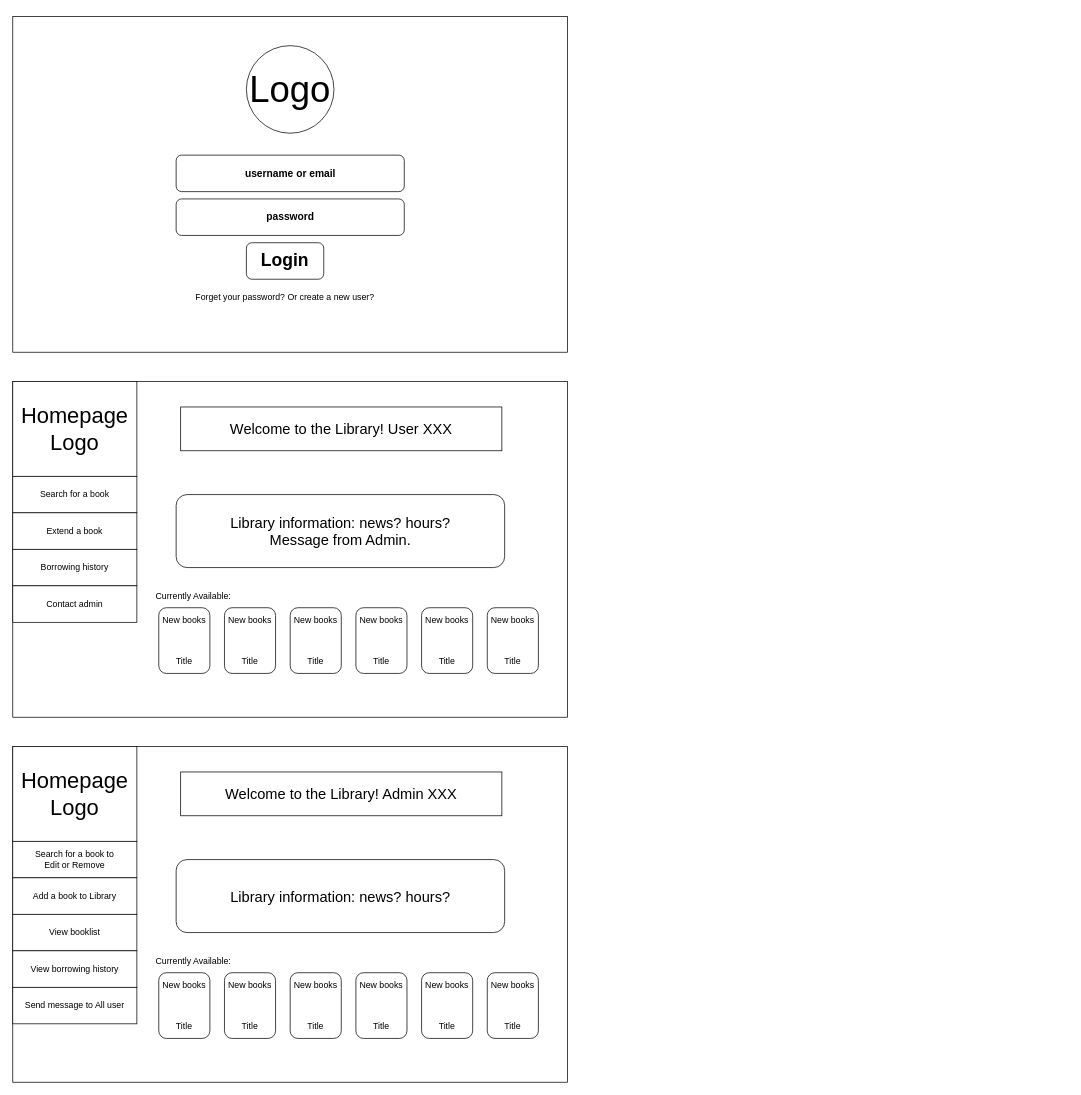
Before: page "Login" (1 of 4) of login and homepage.drawio in cklukas16/library-project, a draw.io diagram. Source tidied: cells renumbered, new cells numbered last; positions are measured from the earlier drawing's top-left corner, leaving out a move shared by most shapes. Both pictures are drawn from the tidied source at 73%, with x=0, y=0 at pixel (12, 16).
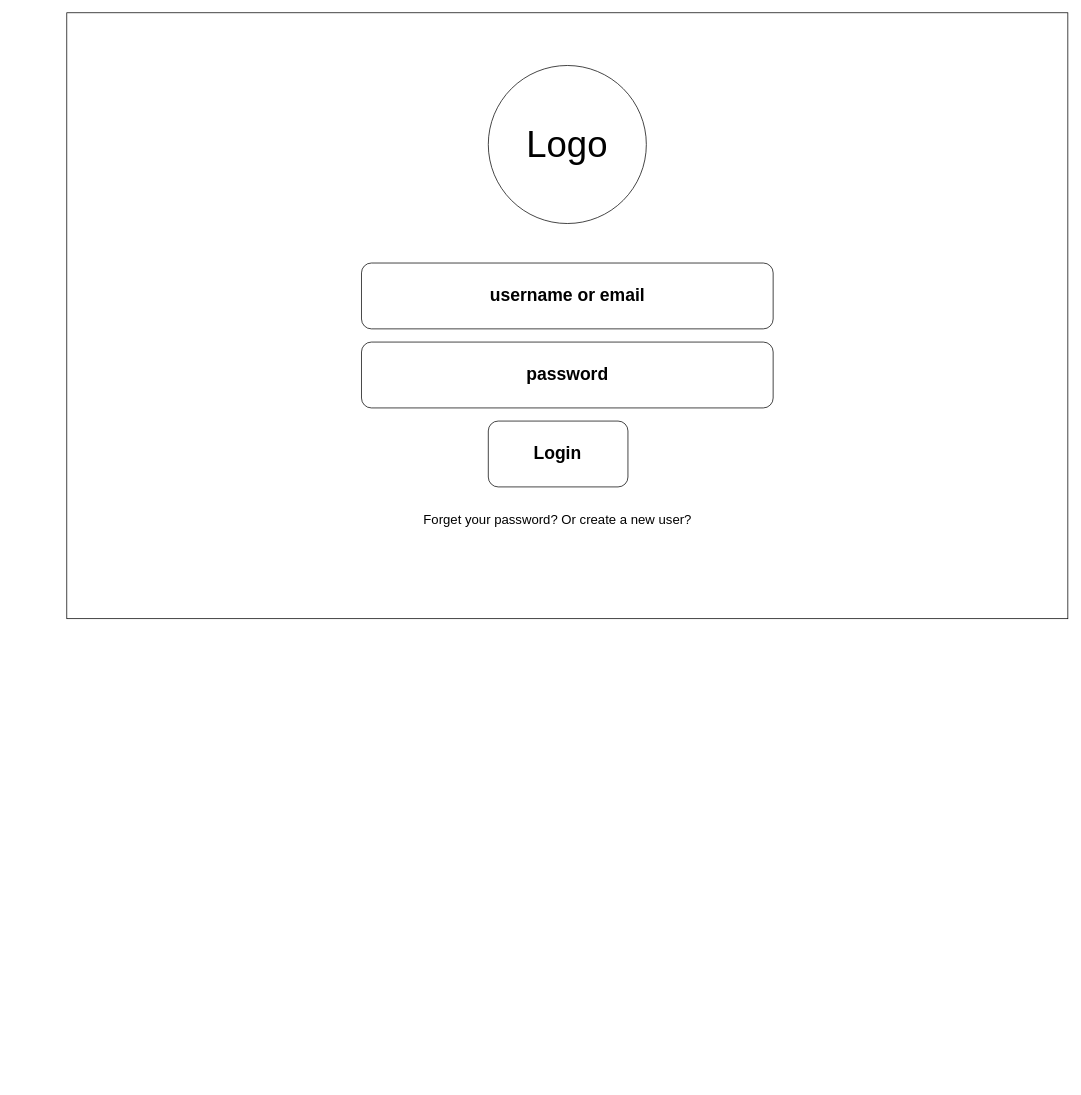
The same page after the edit.

The edit, as a diff of the source:
```diff
@@
+    <mxCell id="39" style="group;" parent="1" vertex="1">
+      <mxGeometry x="74" y="-5" width="1371.3" height="830" as="geometry" />
+    </mxCell>
-    <mxCell id="2" style="rounded=0;whiteSpace=wrap;html=1;fillColor=default;fillStyle=auto;" parent="1" vertex="1">
-      <mxGeometry width="760" height="460" as="geometry" />
+    <mxCell id="2" style="rounded=0;whiteSpace=wrap;html=1;fillColor=default;fillStyle=auto;" parent="39" vertex="1">
+      <mxGeometry width="1371.3" height="830" as="geometry" />
     </mxCell>
-    <mxCell id="3" value="&lt;h3&gt;username or email&lt;/h3&gt;" style="rounded=1;whiteSpace=wrap;html=1;" parent="1" vertex="1">
-      <mxGeometry x="223.8" y="190" width="312.5" height="50" as="geometry" />
+    <mxCell id="3" value="&lt;h3&gt;&lt;font style=&quot;font-size: 24px;&quot;&gt;username or email&lt;/font&gt;&lt;/h3&gt;" style="rounded=1;whiteSpace=wrap;html=1;" parent="39" vertex="1">
+      <mxGeometry x="403.7" y="342.8" width="563.9" height="90.2" as="geometry" />
     </mxCell>
-    <mxCell id="4" value="&lt;h3&gt;password&lt;/h3&gt;" style="rounded=1;whiteSpace=wrap;html=1;" parent="1" vertex="1">
-      <mxGeometry x="223.8" y="250" width="312.5" height="50" as="geometry" />
+    <mxCell id="4" value="&lt;h3&gt;&lt;font style=&quot;font-size: 24px;&quot;&gt;password&lt;/font&gt;&lt;/h3&gt;" style="rounded=1;whiteSpace=wrap;html=1;" parent="39" vertex="1">
+      <mxGeometry x="403.7" y="451.1" width="563.9" height="90.2" as="geometry" />
     </mxCell>
-    <mxCell id="5" value="&lt;h1&gt;Login&lt;/h1&gt;" style="rounded=1;whiteSpace=wrap;html=1;" parent="1" vertex="1">
-      <mxGeometry x="320" y="310" width="106" height="50" as="geometry" />
+    <mxCell id="5" value="&lt;h1&gt;Login&lt;/h1&gt;" style="rounded=1;whiteSpace=wrap;html=1;" parent="39" vertex="1">
+      <mxGeometry x="577.4" y="559.3" width="191.3" height="90.2" as="geometry" />
     </mxCell>
-    <mxCell id="6" value="&lt;font style=&quot;font-size: 50px;&quot;&gt;Logo&lt;/font&gt;" style="ellipse;whiteSpace=wrap;html=1;" parent="1" vertex="1">
-      <mxGeometry x="320" y="40" width="120" height="120" as="geometry" />
+    <mxCell id="6" value="&lt;font style=&quot;font-size: 50px;&quot;&gt;Logo&lt;/font&gt;" style="ellipse;whiteSpace=wrap;html=1;" parent="39" vertex="1">
+      <mxGeometry x="577.4" y="72.2" width="216.5" height="216.5" as="geometry" />
     </mxCell>
-    <mxCell id="7" style="rounded=0;whiteSpace=wrap;html=1;fillColor=default;fillStyle=auto;" parent="1" vertex="1">
-      <mxGeometry y="500" width="760" height="460" as="geometry" />
-    </mxCell>
-    <mxCell id="8" value="Forget your password? Or create a new user?" style="text;html=1;strokeColor=none;fillColor=none;align=center;verticalAlign=middle;whiteSpace=wrap;rounded=0;" parent="1" vertex="1">
-      <mxGeometry x="243" y="370" width="260" height="30" as="geometry" />
+    <mxCell id="8" value="&lt;font style=&quot;font-size: 18px;&quot;&gt;Forget your password? Or create a new user?&lt;/font&gt;" style="text;html=1;strokeColor=none;fillColor=none;align=center;verticalAlign=middle;whiteSpace=wrap;rounded=0;" parent="39" vertex="1">
+      <mxGeometry x="438.5" y="667.6" width="469.1" height="54.1" as="geometry" />
     </mxCell>
-    <mxCell id="9" value="&lt;font style=&quot;font-size: 30px;&quot;&gt;Homepage&lt;br&gt;Logo&lt;br&gt;&lt;/font&gt;" style="rounded=0;whiteSpace=wrap;html=1;" parent="1" vertex="1">
-      <mxGeometry y="500" width="170" height="130" as="geometry" />
-    </mxCell>
-    <mxCell id="10" value="&lt;font style=&quot;font-size: 20px;&quot;&gt;Welcome to the Library! User XXX&lt;/font&gt;" style="rounded=0;whiteSpace=wrap;html=1;" parent="1" vertex="1">
-      <mxGeometry x="230" y="535" width="440" height="60" as="geometry" />
-    </mxCell>
-    <mxCell id="11" value="New books&lt;br&gt;&lt;br&gt;&lt;br&gt;&lt;br&gt;Title" style="rounded=1;whiteSpace=wrap;html=1;" parent="1" vertex="1">
-      <mxGeometry x="200" y="810" width="70" height="90" as="geometry" />
-    </mxCell>
-    <mxCell id="12" value="New books&lt;br&gt;&lt;br&gt;&lt;br&gt;&lt;br&gt;Title" style="rounded=1;whiteSpace=wrap;html=1;" parent="1" vertex="1">
-      <mxGeometry x="290" y="810" width="70" height="90" as="geometry" />
-    </mxCell>
-    <mxCell id="13" value="New books&lt;br&gt;&lt;br&gt;&lt;br&gt;&lt;br&gt;Title" style="rounded=1;whiteSpace=wrap;html=1;" parent="1" vertex="1">
-      <mxGeometry x="380" y="810" width="70" height="90" as="geometry" />
-    </mxCell>
-    <mxCell id="14" value="New books&lt;br&gt;&lt;br&gt;&lt;br&gt;&lt;br&gt;Title" style="rounded=1;whiteSpace=wrap;html=1;" parent="1" vertex="1">
-      <mxGeometry x="470" y="810" width="70" height="90" as="geometry" />
-    </mxCell>
-    <mxCell id="15" value="New books&lt;br&gt;&lt;br&gt;&lt;br&gt;&lt;br&gt;Title" style="rounded=1;whiteSpace=wrap;html=1;" parent="1" vertex="1">
-      <mxGeometry x="560" y="810" width="70" height="90" as="geometry" />
-    </mxCell>
-    <mxCell id="16" value="New books&lt;br&gt;&lt;br&gt;&lt;br&gt;&lt;br&gt;Title" style="rounded=1;whiteSpace=wrap;html=1;" parent="1" vertex="1">
-      <mxGeometry x="650" y="810" width="70" height="90" as="geometry" />
-    </mxCell>
-    <mxCell id="17" value="Search for a book" style="rounded=0;whiteSpace=wrap;html=1;" parent="1" vertex="1">
-      <mxGeometry y="630" width="170" height="50" as="geometry" />
-    </mxCell>
-    <mxCell id="18" value="Extend a book" style="rounded=0;whiteSpace=wrap;html=1;" parent="1" vertex="1">
-      <mxGeometry y="680" width="170" height="50" as="geometry" />
-    </mxCell>
-    <mxCell id="19" value="Borrowing history" style="rounded=0;whiteSpace=wrap;html=1;" parent="1" vertex="1">
-      <mxGeometry y="730" width="170" height="50" as="geometry" />
-    </mxCell>
-    <mxCell id="20" value="&lt;font style=&quot;font-size: 20px;&quot;&gt;Library information: news? hours?&lt;br&gt;Message from Admin.&lt;br&gt;&lt;/font&gt;" style="rounded=1;whiteSpace=wrap;html=1;" parent="1" vertex="1">
-      <mxGeometry x="223.8" y="655" width="450" height="100" as="geometry" />
-    </mxCell>
-    <mxCell id="21" value="Currently Available:" style="text;strokeColor=none;fillColor=none;align=left;verticalAlign=middle;spacingLeft=4;spacingRight=4;overflow=hidden;whiteSpace=wrap;html=1;" parent="1" vertex="1">
-      <mxGeometry x="190" y="780" width="130" height="30" as="geometry" />
-    </mxCell>
-    <mxCell id="22" style="rounded=0;whiteSpace=wrap;html=1;fillColor=default;fillStyle=auto;" parent="1" vertex="1">
-      <mxGeometry y="1000" width="760" height="460" as="geometry" />
-    </mxCell>
-    <mxCell id="23" value="&lt;font style=&quot;font-size: 30px;&quot;&gt;Homepage&lt;br&gt;Logo&lt;br&gt;&lt;/font&gt;" style="rounded=0;whiteSpace=wrap;html=1;" parent="1" vertex="1">
-      <mxGeometry y="1000" width="170" height="130" as="geometry" />
-    </mxCell>
-    <mxCell id="24" value="&lt;font style=&quot;font-size: 20px;&quot;&gt;Welcome to the Library! Admin XXX&lt;/font&gt;" style="rounded=0;whiteSpace=wrap;html=1;" parent="1" vertex="1">
-      <mxGeometry x="230" y="1035" width="440" height="60" as="geometry" />
-    </mxCell>
-    <mxCell id="25" value="New books&lt;br&gt;&lt;br&gt;&lt;br&gt;&lt;br&gt;Title" style="rounded=1;whiteSpace=wrap;html=1;" parent="1" vertex="1">
-      <mxGeometry x="200" y="1310" width="70" height="90" as="geometry" />
-    </mxCell>
-    <mxCell id="26" value="New books&lt;br&gt;&lt;br&gt;&lt;br&gt;&lt;br&gt;Title" style="rounded=1;whiteSpace=wrap;html=1;" parent="1" vertex="1">
-      <mxGeometry x="290" y="1310" width="70" height="90" as="geometry" />
-    </mxCell>
-    <mxCell id="27" value="New books&lt;br&gt;&lt;br&gt;&lt;br&gt;&lt;br&gt;Title" style="rounded=1;whiteSpace=wrap;html=1;" parent="1" vertex="1">
-      <mxGeometry x="380" y="1310" width="70" height="90" as="geometry" />
-    </mxCell>
-    <mxCell id="28" value="New books&lt;br&gt;&lt;br&gt;&lt;br&gt;&lt;br&gt;Title" style="rounded=1;whiteSpace=wrap;html=1;" parent="1" vertex="1">
-      <mxGeometry x="470" y="1310" width="70" height="90" as="geometry" />
-    </mxCell>
-    <mxCell id="29" value="New books&lt;br&gt;&lt;br&gt;&lt;br&gt;&lt;br&gt;Title" style="rounded=1;whiteSpace=wrap;html=1;" parent="1" vertex="1">
-      <mxGeometry x="560" y="1310" width="70" height="90" as="geometry" />
-    </mxCell>
-    <mxCell id="30" value="New books&lt;br&gt;&lt;br&gt;&lt;br&gt;&lt;br&gt;Title" style="rounded=1;whiteSpace=wrap;html=1;" parent="1" vertex="1">
-      <mxGeometry x="650" y="1310" width="70" height="90" as="geometry" />
-    </mxCell>
-    <mxCell id="31" value="Search for a book to &lt;br&gt;Edit or Remove" style="rounded=0;whiteSpace=wrap;html=1;" parent="1" vertex="1">
-      <mxGeometry y="1130" width="170" height="50" as="geometry" />
-    </mxCell>
-    <mxCell id="32" value="Add a book to Library" style="rounded=0;whiteSpace=wrap;html=1;" parent="1" vertex="1">
-      <mxGeometry y="1180" width="170" height="50" as="geometry" />
-    </mxCell>
-    <mxCell id="33" value="View booklist" style="rounded=0;whiteSpace=wrap;html=1;" parent="1" vertex="1">
-      <mxGeometry y="1230" width="170" height="50" as="geometry" />
-    </mxCell>
-    <mxCell id="34" value="&lt;font style=&quot;font-size: 20px;&quot;&gt;Library information: news? hours?&lt;/font&gt;" style="rounded=1;whiteSpace=wrap;html=1;" parent="1" vertex="1">
-      <mxGeometry x="223.8" y="1155" width="450" height="100" as="geometry" />
-    </mxCell>
-    <mxCell id="35" value="Currently Available:" style="text;strokeColor=none;fillColor=none;align=left;verticalAlign=middle;spacingLeft=4;spacingRight=4;overflow=hidden;whiteSpace=wrap;html=1;" parent="1" vertex="1">
-      <mxGeometry x="190" y="1280" width="130" height="30" as="geometry" />
-    </mxCell>
-    <mxCell id="36" value="View borrowing history" style="rounded=0;whiteSpace=wrap;html=1;" parent="1" vertex="1">
-      <mxGeometry y="1280" width="170" height="50" as="geometry" />
-    </mxCell>
-    <mxCell id="37" value="Send message to All user" style="rounded=0;whiteSpace=wrap;html=1;" parent="1" vertex="1">
-      <mxGeometry y="1330" width="170" height="50" as="geometry" />
-    </mxCell>
-    <mxCell id="38" value="Contact admin" style="rounded=0;whiteSpace=wrap;html=1;" parent="1" vertex="1">
-      <mxGeometry y="780" width="170" height="50" as="geometry" />
-    </mxCell>
```
